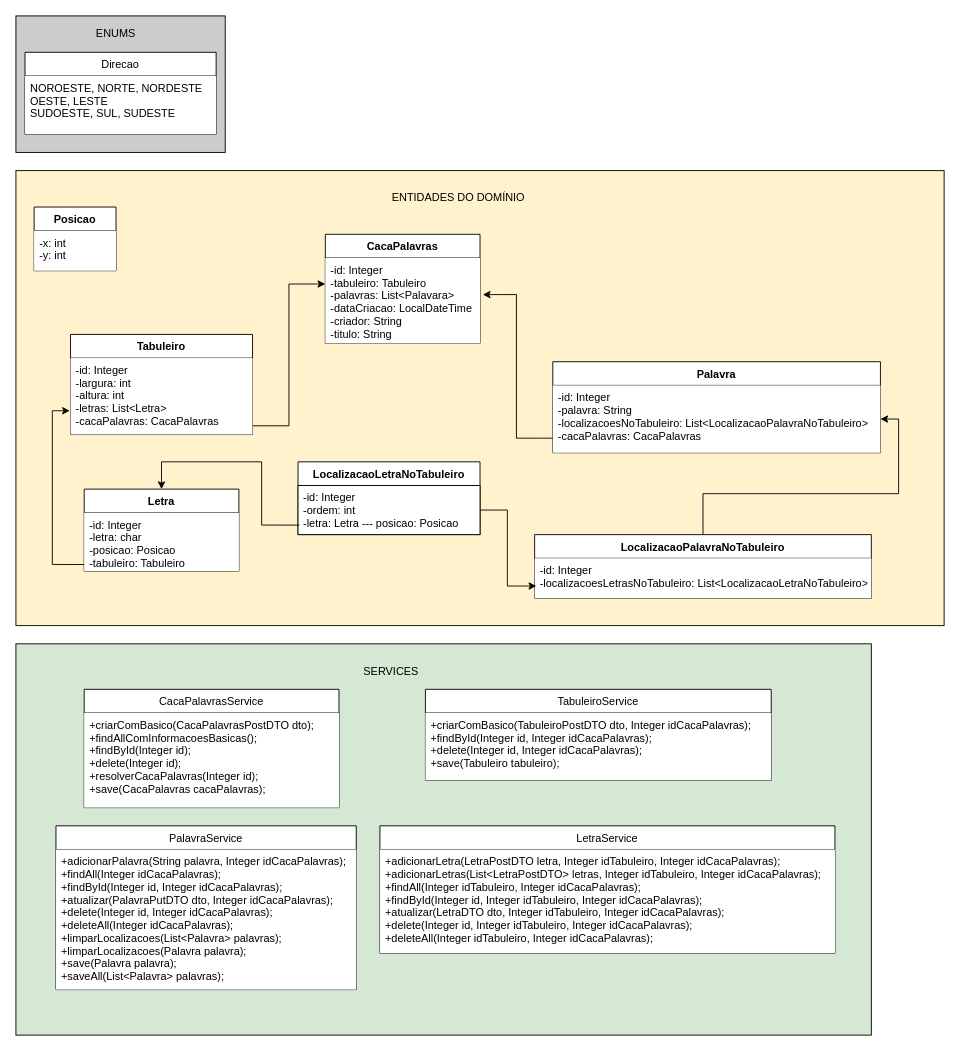
Before: CacaPalavras-Diagrama.drawio in FelypeGanzert/caca-palavras, a draw.io diagram. Source tidied: cells renumbered, new cells numbered last; positions are measured from the earlier drawing's top-left corner, leaving out a move shared by most shapes. Both pictures are drawn from the tidied source at 91%, with x=0, y=0 at pixel (15, 15).
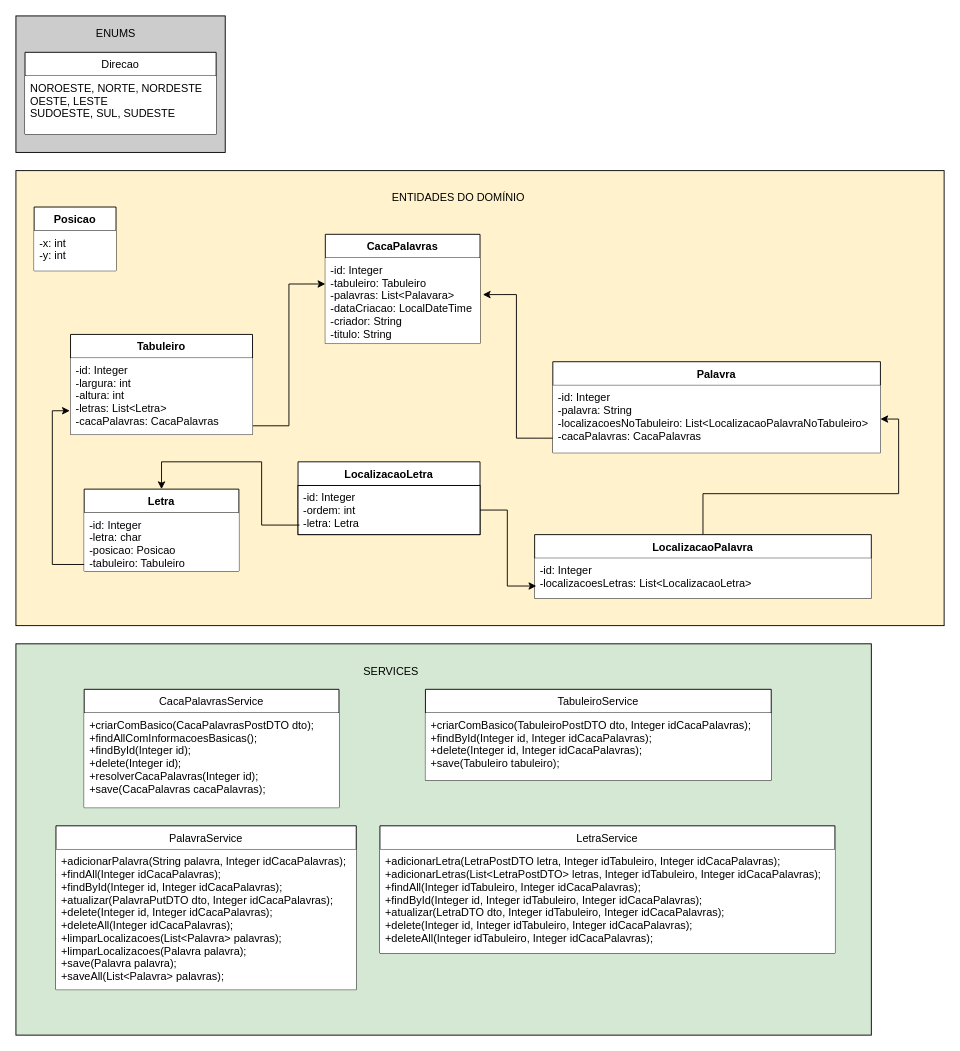
After the change.

Commit message:
Atualiza nomenclaturas do Diagrama

TODO: é necessário atualizar os services e os atributos das entidades

Change to the diagram source:
```diff
@@
-    <mxCell id="9" value="LocalizacaoLetraNoTabuleiro" style="swimlane;fontStyle=1;align=center;verticalAlign=top;horizontal=1;startSize=26;fillColor=#FFFFFF;" parent="1" vertex="1">
+    <mxCell id="9" value="LocalizacaoLetra" style="swimlane;fontStyle=1;align=center;verticalAlign=top;horizontal=1;startSize=26;fillColor=#FFFFFF;" parent="1" vertex="1">
       <mxGeometry x="310" y="490" width="200" height="80" as="geometry" />
     </mxCell>
-    <mxCell id="10" value="-id: Integer&#10;-ordem: int&#10;-letra: Letra --- posicao: Posicao" style="text;strokeColor=#000000;fillColor=#FFFFFF;align=left;verticalAlign=top;spacingLeft=4;spacingRight=4;overflow=hidden;points=[[0,0.5],[1,0.5]];portConstraint=eastwest;" parent="9" vertex="1">
+    <mxCell id="10" value="-id: Integer&#10;-ordem: int&#10;-letra: Letra" style="text;strokeColor=#000000;fillColor=#FFFFFF;align=left;verticalAlign=top;spacingLeft=4;spacingRight=4;overflow=hidden;points=[[0,0.5],[1,0.5]];portConstraint=eastwest;" parent="9" vertex="1">
       <mxGeometry y="26" width="200" height="54" as="geometry" />
     </mxCell>
@@
-    <mxCell id="12" value="LocalizacaoPalavraNoTabuleiro" style="swimlane;fontStyle=1;align=center;verticalAlign=top;horizontal=1;startSize=26;fillColor=#FFFFFF;" parent="1" vertex="1">
+    <mxCell id="12" value="LocalizacaoPalavra" style="swimlane;fontStyle=1;align=center;verticalAlign=top;horizontal=1;startSize=26;fillColor=#FFFFFF;" parent="1" vertex="1">
       <mxGeometry x="570" y="570" width="370" height="70" as="geometry" />
     </mxCell>
-    <mxCell id="13" value="-id: Integer&#10;-localizacoesLetrasNoTabuleiro: List&lt;LocalizacaoLetraNoTabuleiro&gt;" style="text;strokeColor=none;fillColor=#FFFFFF;align=left;verticalAlign=top;spacingLeft=4;spacingRight=4;overflow=hidden;points=[[0,0.5],[1,0.5]];portConstraint=eastwest;" parent="12" vertex="1">
+    <mxCell id="13" value="-id: Integer&#10;-localizacoesLetras: List&lt;LocalizacaoLetra&gt;" style="text;strokeColor=none;fillColor=#FFFFFF;align=left;verticalAlign=top;spacingLeft=4;spacingRight=4;overflow=hidden;points=[[0,0.5],[1,0.5]];portConstraint=eastwest;" parent="12" vertex="1">
       <mxGeometry y="26" width="370" height="44" as="geometry" />
     </mxCell>
```
